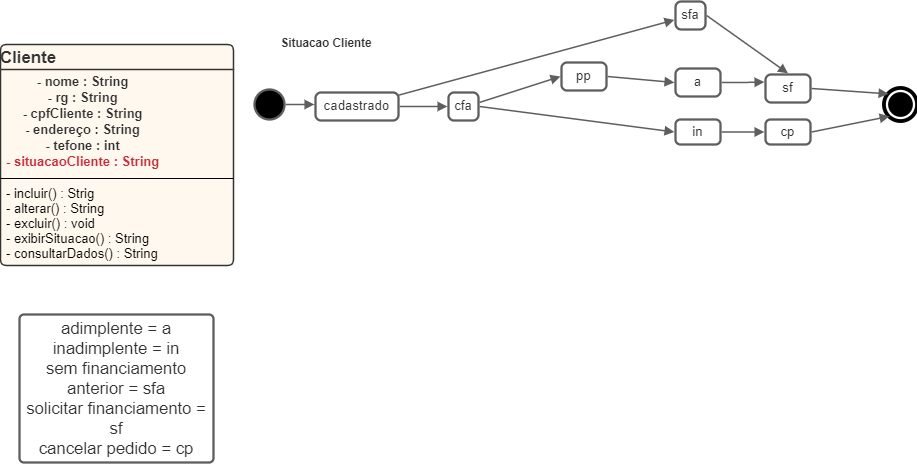
Before: diagrama de estados fastcar.png, a diagram exported from draw.io (leitoraincomum/engsofII). Source tidied: cells renumbered, new cells last; positions are measured from the earlier drawing's top-left corner, leaving out a move shared by most shapes. Its diagram source:
```xml
<mxGraphModel>
  <root>
    <mxCell id="0" />
    <mxCell id="1" parent="0" />
    <mxCell id="2" value="Cliente" style="html=1;overflow=block;blockSpacing=1;whiteSpace=wrap;swimlane;horizontal=1;fontStyle=0;swimlaneFillColor=#ffdba9;startSize=25;whiteSpace=wrap;fontSize=16.8;fontColor=#333333;fontStyle=1;align=center;whiteSpace=wrap;align=left;spacing=0;strokeColor=#333333;strokeOpacity=100;fillOpacity=20;rounded=1;absoluteArcSize=1;arcSize=12;fillColor=#ffdba9;strokeWidth=1.5;" parent="1" vertex="1">
      <mxGeometry y="43" width="233" height="221" as="geometry" />
    </mxCell>
    <mxCell id="3" value="&lt;div style=&quot;display: flex; justify-content: center; text-align: center; align-items: baseline; font-size: 0; line-height: 1.25;margin-top: -2px;&quot;&gt;&lt;span&gt;&lt;span style=&quot;font-size:13px;color:#333333;font-weight: bold;&quot;&gt;- nome : String&#10;- rg : String&#10;- cpfCliente : String&#10;- endereço : String&#10;- tefone : int&#10;&lt;/span&gt;&lt;span style=&quot;font-size:13px;color:#c92d39;font-weight: bold;&quot;&gt;- situacaoCliente :  String&lt;/span&gt;&lt;/span&gt;&lt;/div&gt;" style="html=1;whiteSpace=wrap;strokeColor=none;fillColor=none;align=left;verticalAlign=middle;spacingLeft=4;spacingRight=4;overflow=hidden;swimlaneFillColor=#ffdba9;strokeOpacity=100;fillOpacity=20;whiteSpace=wrap;fontSize=13;fontColor=#333333;fontStyle=1;" parent="2" vertex="1">
      <mxGeometry y="25" width="233" height="105" as="geometry" />
    </mxCell>
    <mxCell id="4" style="line;strokeWidth=1;fillColor=none;align=left;verticalAlign=middle;spacingTop=-1;spacingLeft=3;spacingRight=3;labelPosition=right;" parent="2" vertex="1">
      <mxGeometry y="130" width="233" height="8" as="geometry" />
    </mxCell>
    <mxCell id="5" value="- incluir() : Strig&#10;- alterar() : String&#10;- excluir() : void&#10;- exibirSituacao() : String&#10;- consultarDados() : String" style="html=1;whiteSpace=wrap;strokeColor=none;fillColor=none;align=left;verticalAlign=middle;spacingLeft=4;spacingRight=4;overflow=hidden;swimlaneFillColor=#ffdba9;strokeOpacity=100;fillOpacity=20;whiteSpace=wrap;overflow=block;blockSpacing=1;html=1;fontSize=13;" parent="2" vertex="1">
      <mxGeometry y="138" width="233" height="83" as="geometry" />
    </mxCell>
    <mxCell id="6" value="adimplente = a inadimplente = in&#10;sem financiamento anterior = sfa&#10;solicitar financiamento = sf&#10;cancelar pedido = cp" style="html=1;overflow=block;blockSpacing=1;whiteSpace=wrap;whiteSpace=wrap;fontSize=16.7;fontColor=#333333;spacing=3.8;strokeColor=#5e5e5e;strokeOpacity=100;rounded=1;absoluteArcSize=1;arcSize=9;strokeWidth=2.3;" parent="1" vertex="1">
      <mxGeometry x="19" y="313" width="194" height="148" as="geometry" />
    </mxCell>
    <mxCell id="7" value="Situacao Cliente" style="html=1;overflow=block;blockSpacing=1;whiteSpace=wrap;strokeColor=none;fillColor=none;whiteSpace=wrap;fontSize=11.7;fontColor=#333333;fontStyle=1;spacing=0;strokeOpacity=100;rounded=1;absoluteArcSize=1;arcSize=9;strokeWidth=2.3;" parent="1" vertex="1">
      <mxGeometry x="255" y="28" width="142" height="25" as="geometry" />
    </mxCell>
    <mxCell id="8" style="html=1;overflow=block;blockSpacing=1;whiteSpace=wrap;ellipse;fillColor=#000000;whiteSpace=wrap;fontSize=13;spacing=0;strokeColor=#5e5e5e;strokeOpacity=100;rounded=1;absoluteArcSize=1;arcSize=9;strokeWidth=2.3;" parent="1" vertex="1">
      <mxGeometry x="254" y="88" width="30" height="30" as="geometry" />
    </mxCell>
    <mxCell id="9" value="&lt;div style=&quot;display: flex; justify-content: center; text-align: center; align-items: baseline; font-size: 0; line-height: 1.25;margin-top: -2px;&quot;&gt;&lt;span&gt;&lt;span style=&quot;font-size:13.3px;color:#333333;&quot;&gt;sf&lt;/span&gt;&lt;/span&gt;&lt;/div&gt;" style="rounded=1;arcSize=20;whiteSpace=wrap;overflow=block;blockSpacing=1;html=1;fontSize=13;spacing=0;strokeColor=#5e5e5e;strokeOpacity=100;strokeWidth=2.3;" parent="1" vertex="1">
      <mxGeometry x="765" y="73" width="45" height="28" as="geometry" />
    </mxCell>
    <mxCell id="10" value="&lt;div style=&quot;display: flex; justify-content: center; text-align: center; align-items: baseline; font-size: 0; line-height: 1.25;margin-top: -2px;&quot;&gt;&lt;span&gt;&lt;span style=&quot;font-size:13.3px;color:#333333;&quot;&gt;cp&lt;/span&gt;&lt;/span&gt;&lt;/div&gt;" style="rounded=1;arcSize=20;whiteSpace=wrap;overflow=block;blockSpacing=1;html=1;fontSize=13;spacing=0;strokeColor=#5e5e5e;strokeOpacity=100;strokeWidth=2.3;" parent="1" vertex="1">
      <mxGeometry x="765" y="118" width="45" height="25" as="geometry" />
    </mxCell>
    <mxCell id="11" style="html=1;overflow=block;blockSpacing=1;whiteSpace=wrap;shape=mxgraph.bpmn.shape;outline=end;symbol=terminate;strokeColor=#000000;fillColor=#ffffff;whiteSpace=wrap;fontSize=13;spacing=0;strokeOpacity=100;rounded=1;absoluteArcSize=1;arcSize=9;strokeWidth=2.3;" parent="1" vertex="1">
      <mxGeometry x="885" y="88" width="30" height="30" as="geometry" />
    </mxCell>
    <mxCell id="12" style="html=1;jettySize=18;whiteSpace=wrap;overflow=block;blockSpacing=1;fontSize=13;strokeColor=#5E5E5E;strokeWidth=1.5;rounded=0;startArrow=none;endArrow=block;endFill=1;exitX=1.025;exitY=0.5;exitPerimeter=0;entryX=0.098;entryY=0.146;entryPerimeter=0;" parent="1" edge="1" source="9" target="11">
      <mxGeometry relative="1" as="geometry" />
    </mxCell>
    <mxCell id="13" style="html=1;jettySize=18;whiteSpace=wrap;overflow=block;blockSpacing=1;fontSize=13;strokeColor=#5E5E5E;strokeWidth=1.5;rounded=0;startArrow=none;endArrow=block;endFill=1;exitX=1.025;exitY=0.5;exitPerimeter=0;entryX=0.133;entryY=0.894;entryPerimeter=0;" parent="1" edge="1" source="10" target="11">
      <mxGeometry relative="1" as="geometry" />
    </mxCell>
    <mxCell id="14" value="&lt;div style=&quot;display: flex; justify-content: center; text-align: center; align-items: baseline; font-size: 0; line-height: 1.25;margin-top: -2px;&quot;&gt;&lt;span&gt;&lt;span style=&quot;font-size:13.3px;color:#333333;&quot;&gt;a&lt;/span&gt;&lt;/span&gt;&lt;/div&gt;" style="rounded=1;arcSize=20;whiteSpace=wrap;overflow=block;blockSpacing=1;html=1;fontSize=13;spacing=0;strokeColor=#5e5e5e;strokeOpacity=100;strokeWidth=2.3;" parent="1" vertex="1">
      <mxGeometry x="675" y="67" width="45" height="28" as="geometry" />
    </mxCell>
    <mxCell id="15" value="&lt;div style=&quot;display: flex; justify-content: center; text-align: center; align-items: baseline; font-size: 0; line-height: 1.25;margin-top: -2px;&quot;&gt;&lt;span&gt;&lt;span style=&quot;font-size:13.3px;color:#333333;&quot;&gt;in&lt;/span&gt;&lt;/span&gt;&lt;/div&gt;" style="rounded=1;arcSize=20;whiteSpace=wrap;overflow=block;blockSpacing=1;html=1;fontSize=13;spacing=0;strokeColor=#5e5e5e;strokeOpacity=100;strokeWidth=2.3;" parent="1" vertex="1">
      <mxGeometry x="675" y="118" width="45" height="25" as="geometry" />
    </mxCell>
    <mxCell id="16" value="&lt;div style=&quot;display: flex; justify-content: center; text-align: center; align-items: baseline; font-size: 0; line-height: 1.25;margin-top: -2px;&quot;&gt;&lt;span&gt;&lt;span style=&quot;font-size:13.3px;color:#333333;&quot;&gt;sfa&lt;/span&gt;&lt;/span&gt;&lt;/div&gt;" style="rounded=1;arcSize=20;whiteSpace=wrap;overflow=block;blockSpacing=1;html=1;fontSize=13;spacing=0;strokeColor=#5e5e5e;strokeOpacity=100;strokeWidth=2.3;" parent="1" vertex="1">
      <mxGeometry x="675" width="30" height="28" as="geometry" />
    </mxCell>
    <mxCell id="17" style="html=1;jettySize=18;whiteSpace=wrap;overflow=block;blockSpacing=1;fontSize=13;strokeColor=#5E5E5E;strokeWidth=1.5;rounded=1;arcSize=12;edgeStyle=orthogonalEdgeStyle;startArrow=none;endArrow=block;endFill=1;exitX=1.025;exitY=0.5;exitPerimeter=0;entryX=-0.025;entryY=0.5;entryPerimeter=0;" parent="1" edge="1" source="15" target="10">
      <mxGeometry relative="1" as="geometry" />
    </mxCell>
    <mxCell id="18" style="html=1;jettySize=18;whiteSpace=wrap;overflow=block;blockSpacing=1;fontSize=13;strokeColor=#5E5E5E;strokeWidth=1.5;rounded=1;arcSize=12;edgeStyle=orthogonalEdgeStyle;startArrow=none;endArrow=block;endFill=1;exitX=1.025;exitY=0.5;exitPerimeter=0;entryX=-0.025;entryY=0.269;entryPerimeter=0;" parent="1" edge="1" source="14" target="9">
      <mxGeometry relative="1" as="geometry" />
    </mxCell>
    <mxCell id="19" value="&lt;div style=&quot;display: flex; justify-content: center; text-align: center; align-items: baseline; font-size: 0; line-height: 1.25;margin-top: -2px;&quot;&gt;&lt;span&gt;&lt;span style=&quot;font-size:13.3px;color:#333333;&quot;&gt;cadastrado&lt;/span&gt;&lt;/span&gt;&lt;/div&gt;" style="rounded=1;arcSize=20;whiteSpace=wrap;overflow=block;blockSpacing=1;html=1;fontSize=13;spacing=0;strokeColor=#5e5e5e;strokeOpacity=100;strokeWidth=2.3;" parent="1" vertex="1">
      <mxGeometry x="315" y="91" width="83" height="28" as="geometry" />
    </mxCell>
    <mxCell id="20" style="html=1;jettySize=18;whiteSpace=wrap;overflow=block;blockSpacing=1;fontSize=13;strokeColor=#5E5E5E;strokeWidth=1.5;rounded=1;arcSize=12;edgeStyle=orthogonalEdgeStyle;startArrow=none;endArrow=block;endFill=1;exitX=1.038;exitY=0.5;exitPerimeter=0;entryX=-0.014;entryY=0.459;entryPerimeter=0;" parent="1" edge="1" source="8" target="19">
      <mxGeometry relative="1" as="geometry" />
    </mxCell>
    <mxCell id="21" style="html=1;jettySize=18;whiteSpace=wrap;overflow=block;blockSpacing=1;fontSize=13;strokeColor=#5E5E5E;strokeWidth=1.5;rounded=0;startArrow=none;endArrow=block;endFill=1;exitX=1.038;exitY=0.5;exitPerimeter=0;entryX=0.5;entryY=-0.041;entryPerimeter=0;" parent="1" edge="1" source="16" target="9">
      <mxGeometry relative="1" as="geometry" />
    </mxCell>
    <mxCell id="22" style="html=1;jettySize=18;whiteSpace=wrap;overflow=block;blockSpacing=1;fontSize=13;strokeColor=#5E5E5E;strokeWidth=1.5;rounded=0;startArrow=none;endArrow=block;endFill=1;exitX=1.005;exitY=0.093;exitPerimeter=0;entryX=-0.037;entryY=0.658;entryPerimeter=0;" parent="1" edge="1" source="19" target="16">
      <mxGeometry relative="1" as="geometry" />
    </mxCell>
    <mxCell id="23" value="&lt;div style=&quot;display: flex; justify-content: center; text-align: center; align-items: baseline; font-size: 0; line-height: 1.25;margin-top: -2px;&quot;&gt;&lt;span&gt;&lt;span style=&quot;font-size:13.3px;color:#333333;&quot;&gt;cfa&lt;/span&gt;&lt;/span&gt;&lt;/div&gt;" style="rounded=1;arcSize=20;whiteSpace=wrap;overflow=block;blockSpacing=1;html=1;fontSize=13;spacing=0;strokeColor=#5e5e5e;strokeOpacity=100;strokeWidth=2.3;" parent="1" vertex="1">
      <mxGeometry x="448" y="91" width="30" height="28" as="geometry" />
    </mxCell>
    <mxCell id="24" style="html=1;jettySize=18;whiteSpace=wrap;overflow=block;blockSpacing=1;fontSize=13;strokeColor=#5E5E5E;strokeWidth=1.5;rounded=1;arcSize=12;edgeStyle=orthogonalEdgeStyle;startArrow=none;endArrow=block;endFill=1;exitX=1.014;exitY=0.5;exitPerimeter=0;entryX=-0.037;entryY=0.5;entryPerimeter=0;" parent="1" edge="1" source="19" target="23">
      <mxGeometry relative="1" as="geometry" />
    </mxCell>
    <mxCell id="25" style="html=1;jettySize=18;whiteSpace=wrap;overflow=block;blockSpacing=1;fontSize=13;strokeColor=#5E5E5E;strokeWidth=1.5;rounded=0;startArrow=none;endArrow=block;endFill=1;exitX=1.038;exitY=0.354;exitPerimeter=0;entryX=-0.025;entryY=0.5;entryPerimeter=0;" parent="1" edge="1" source="23" target="27">
      <mxGeometry relative="1" as="geometry" />
    </mxCell>
    <mxCell id="26" style="html=1;jettySize=18;whiteSpace=wrap;overflow=block;blockSpacing=1;fontSize=13;strokeColor=#5E5E5E;strokeWidth=1.5;rounded=0;startArrow=none;endArrow=block;endFill=1;exitX=1.038;exitY=0.5;exitPerimeter=0;entryX=-0.025;entryY=0.5;entryPerimeter=0;" parent="1" edge="1" source="23" target="15">
      <mxGeometry relative="1" as="geometry" />
    </mxCell>
    <mxCell id="27" value="&lt;div style=&quot;display: flex; justify-content: center; text-align: center; align-items: baseline; font-size: 0; line-height: 1.25;margin-top: -2px;&quot;&gt;&lt;span&gt;&lt;span style=&quot;font-size:13.3px;color:#333333;&quot;&gt;pp&lt;/span&gt;&lt;/span&gt;&lt;/div&gt;" style="rounded=1;arcSize=20;whiteSpace=wrap;overflow=block;blockSpacing=1;html=1;fontSize=13;spacing=0;strokeColor=#5e5e5e;strokeOpacity=100;strokeWidth=2.3;" parent="1" vertex="1">
      <mxGeometry x="561" y="61" width="45" height="28" as="geometry" />
    </mxCell>
    <mxCell id="28" style="html=1;jettySize=18;whiteSpace=wrap;overflow=block;blockSpacing=1;fontSize=13;strokeColor=#5E5E5E;strokeWidth=1.5;rounded=0;startArrow=none;endArrow=block;endFill=1;exitX=1.025;exitY=0.5;exitPerimeter=0;entryX=-0.025;entryY=0.5;entryPerimeter=0;" parent="1" edge="1" source="27" target="14">
      <mxGeometry relative="1" as="geometry" />
    </mxCell>
  </root>
</mxGraphModel>
```
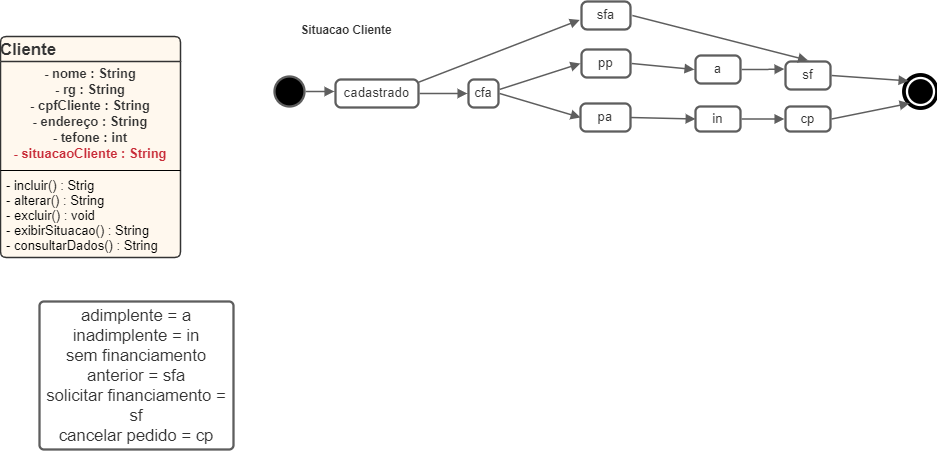
After the change.

The edit, as a diff of the source:
```diff
@@ -3,16 +3,16 @@
     <mxCell id="0" />
     <mxCell id="1" parent="0" />
     <mxCell id="2" value="Cliente" style="html=1;overflow=block;blockSpacing=1;whiteSpace=wrap;swimlane;horizontal=1;fontStyle=0;swimlaneFillColor=#ffdba9;startSize=25;whiteSpace=wrap;fontSize=16.8;fontColor=#333333;fontStyle=1;align=center;whiteSpace=wrap;align=left;spacing=0;strokeColor=#333333;strokeOpacity=100;fillOpacity=20;rounded=1;absoluteArcSize=1;arcSize=12;fillColor=#ffdba9;strokeWidth=1.5;" parent="1" vertex="1">
-      <mxGeometry y="43" width="233" height="221" as="geometry" />
+      <mxGeometry x="-20" y="48" width="180" height="221" as="geometry" />
     </mxCell>
-    <mxCell id="3" value="&lt;div style=&quot;display: flex; justify-content: center; text-align: center; align-items: baseline; font-size: 0; line-height: 1.25;margin-top: -2px;&quot;&gt;&lt;span&gt;&lt;span style=&quot;font-size:13px;color:#333333;font-weight: bold;&quot;&gt;- nome : String&#10;- rg : String&#10;- cpfCliente : String&#10;- endereço : String&#10;- tefone : int&#10;&lt;/span&gt;&lt;span style=&quot;font-size:13px;color:#c92d39;font-weight: bold;&quot;&gt;- situacaoCliente :  String&lt;/span&gt;&lt;/span&gt;&lt;/div&gt;" style="html=1;whiteSpace=wrap;strokeColor=none;fillColor=none;align=left;verticalAlign=middle;spacingLeft=4;spacingRight=4;overflow=hidden;swimlaneFillColor=#ffdba9;strokeOpacity=100;fillOpacity=20;whiteSpace=wrap;fontSize=13;fontColor=#333333;fontStyle=1;" parent="2" vertex="1">
-      <mxGeometry y="25" width="233" height="105" as="geometry" />
+    <mxCell id="3" value="&lt;div style=&quot;display: flex ; justify-content: center ; align-items: baseline ; font-size: 0px ; line-height: 1.25 ; margin-top: -2px&quot;&gt;&lt;span&gt;&lt;span style=&quot;font-size: 13px ; color: #333333 ; font-weight: bold&quot;&gt;- nome : String&lt;br&gt;- rg : String&lt;br&gt;- cpfCliente : String&lt;br&gt;- endereço : String&lt;br&gt;- tefone : int&lt;br&gt;&lt;/span&gt;&lt;span style=&quot;font-size: 13px ; color: #c92d39 ; font-weight: bold&quot;&gt;- situacaoCliente :  String&lt;/span&gt;&lt;/span&gt;&lt;/div&gt;" style="html=1;whiteSpace=wrap;strokeColor=none;fillColor=none;align=center;verticalAlign=middle;spacingLeft=4;spacingRight=4;overflow=hidden;swimlaneFillColor=#ffdba9;strokeOpacity=100;fillOpacity=20;whiteSpace=wrap;fontSize=13;fontColor=#333333;fontStyle=1;" parent="2" vertex="1">
+      <mxGeometry y="25" width="180" height="105" as="geometry" />
     </mxCell>
     <mxCell id="4" style="line;strokeWidth=1;fillColor=none;align=left;verticalAlign=middle;spacingTop=-1;spacingLeft=3;spacingRight=3;labelPosition=right;" parent="2" vertex="1">
-      <mxGeometry y="130" width="233" height="8" as="geometry" />
+      <mxGeometry y="130" width="180" height="8" as="geometry" />
     </mxCell>
     <mxCell id="5" value="- incluir() : Strig&#10;- alterar() : String&#10;- excluir() : void&#10;- exibirSituacao() : String&#10;- consultarDados() : String" style="html=1;whiteSpace=wrap;strokeColor=none;fillColor=none;align=left;verticalAlign=middle;spacingLeft=4;spacingRight=4;overflow=hidden;swimlaneFillColor=#ffdba9;strokeOpacity=100;fillOpacity=20;whiteSpace=wrap;overflow=block;blockSpacing=1;html=1;fontSize=13;" parent="2" vertex="1">
-      <mxGeometry y="138" width="233" height="83" as="geometry" />
+      <mxGeometry y="138" width="180" height="83" as="geometry" />
     </mxCell>
     <mxCell id="6" value="adimplente = a inadimplente = in&#10;sem financiamento anterior = sfa&#10;solicitar financiamento = sf&#10;cancelar pedido = cp" style="html=1;overflow=block;blockSpacing=1;whiteSpace=wrap;whiteSpace=wrap;fontSize=16.7;fontColor=#333333;spacing=3.8;strokeColor=#5e5e5e;strokeOpacity=100;rounded=1;absoluteArcSize=1;arcSize=9;strokeWidth=2.3;" parent="1" vertex="1">
       <mxGeometry x="19" y="313" width="194" height="148" as="geometry" />
@@ -45,7 +45,7 @@
       <mxGeometry x="675" y="118" width="45" height="25" as="geometry" />
     </mxCell>
     <mxCell id="16" value="&lt;div style=&quot;display: flex; justify-content: center; text-align: center; align-items: baseline; font-size: 0; line-height: 1.25;margin-top: -2px;&quot;&gt;&lt;span&gt;&lt;span style=&quot;font-size:13.3px;color:#333333;&quot;&gt;sfa&lt;/span&gt;&lt;/span&gt;&lt;/div&gt;" style="rounded=1;arcSize=20;whiteSpace=wrap;overflow=block;blockSpacing=1;html=1;fontSize=13;spacing=0;strokeColor=#5e5e5e;strokeOpacity=100;strokeWidth=2.3;" parent="1" vertex="1">
-      <mxGeometry x="675" width="30" height="28" as="geometry" />
+      <mxGeometry x="561" y="13" width="49" height="28" as="geometry" />
     </mxCell>
     <mxCell id="17" style="html=1;jettySize=18;whiteSpace=wrap;overflow=block;blockSpacing=1;fontSize=13;strokeColor=#5E5E5E;strokeWidth=1.5;rounded=1;arcSize=12;edgeStyle=orthogonalEdgeStyle;startArrow=none;endArrow=block;endFill=1;exitX=1.025;exitY=0.5;exitPerimeter=0;entryX=-0.025;entryY=0.5;entryPerimeter=0;" parent="1" edge="1" source="15" target="10">
       <mxGeometry relative="1" as="geometry" />
@@ -74,14 +74,20 @@
     <mxCell id="25" style="html=1;jettySize=18;whiteSpace=wrap;overflow=block;blockSpacing=1;fontSize=13;strokeColor=#5E5E5E;strokeWidth=1.5;rounded=0;startArrow=none;endArrow=block;endFill=1;exitX=1.038;exitY=0.354;exitPerimeter=0;entryX=-0.025;entryY=0.5;entryPerimeter=0;" parent="1" edge="1" source="23" target="27">
       <mxGeometry relative="1" as="geometry" />
     </mxCell>
-    <mxCell id="26" style="html=1;jettySize=18;whiteSpace=wrap;overflow=block;blockSpacing=1;fontSize=13;strokeColor=#5E5E5E;strokeWidth=1.5;rounded=0;startArrow=none;endArrow=block;endFill=1;exitX=1.038;exitY=0.5;exitPerimeter=0;entryX=-0.025;entryY=0.5;entryPerimeter=0;" parent="1" edge="1" source="23" target="15">
+    <mxCell id="26" style="html=1;jettySize=18;whiteSpace=wrap;overflow=block;blockSpacing=1;fontSize=13;strokeColor=#5E5E5E;strokeWidth=1.5;rounded=0;startArrow=none;endArrow=block;endFill=1;exitX=1.038;exitY=0.5;exitPerimeter=0;entryX=0;entryY=0.5;entryDx=0;entryDy=0;" parent="1" edge="1" source="23" target="29">
       <mxGeometry relative="1" as="geometry" />
     </mxCell>
     <mxCell id="27" value="&lt;div style=&quot;display: flex; justify-content: center; text-align: center; align-items: baseline; font-size: 0; line-height: 1.25;margin-top: -2px;&quot;&gt;&lt;span&gt;&lt;span style=&quot;font-size:13.3px;color:#333333;&quot;&gt;pp&lt;/span&gt;&lt;/span&gt;&lt;/div&gt;" style="rounded=1;arcSize=20;whiteSpace=wrap;overflow=block;blockSpacing=1;html=1;fontSize=13;spacing=0;strokeColor=#5e5e5e;strokeOpacity=100;strokeWidth=2.3;" parent="1" vertex="1">
-      <mxGeometry x="561" y="61" width="45" height="28" as="geometry" />
+      <mxGeometry x="561" y="61" width="49" height="28" as="geometry" />
     </mxCell>
     <mxCell id="28" style="html=1;jettySize=18;whiteSpace=wrap;overflow=block;blockSpacing=1;fontSize=13;strokeColor=#5E5E5E;strokeWidth=1.5;rounded=0;startArrow=none;endArrow=block;endFill=1;exitX=1.025;exitY=0.5;exitPerimeter=0;entryX=-0.025;entryY=0.5;entryPerimeter=0;" parent="1" edge="1" source="27" target="14">
       <mxGeometry relative="1" as="geometry" />
     </mxCell>
+    <mxCell id="29" value="&lt;div style=&quot;display: flex ; justify-content: center ; text-align: center ; align-items: baseline ; font-size: 0 ; line-height: 1.25 ; margin-top: -2px&quot;&gt;&lt;span&gt;&lt;span style=&quot;font-size: 13.3px ; color: #333333&quot;&gt;pa&lt;/span&gt;&lt;/span&gt;&lt;/div&gt;" style="rounded=1;arcSize=20;whiteSpace=wrap;overflow=block;blockSpacing=1;html=1;fontSize=13;spacing=0;strokeColor=#5e5e5e;strokeOpacity=100;strokeWidth=2.3;" parent="1" vertex="1">
+      <mxGeometry x="560" y="115" width="50" height="28" as="geometry" />
+    </mxCell>
+    <mxCell id="30" style="html=1;jettySize=18;whiteSpace=wrap;overflow=block;blockSpacing=1;fontSize=13;strokeColor=#5E5E5E;strokeWidth=1.5;rounded=0;startArrow=none;endArrow=block;endFill=1;exitX=1;exitY=0.5;entryX=0;entryY=0.5;entryDx=0;entryDy=0;exitDx=0;exitDy=0;" parent="1" edge="1" source="29" target="15">
+      <mxGeometry relative="1" as="geometry" />
+    </mxCell>
   </root>
 </mxGraphModel>
```
